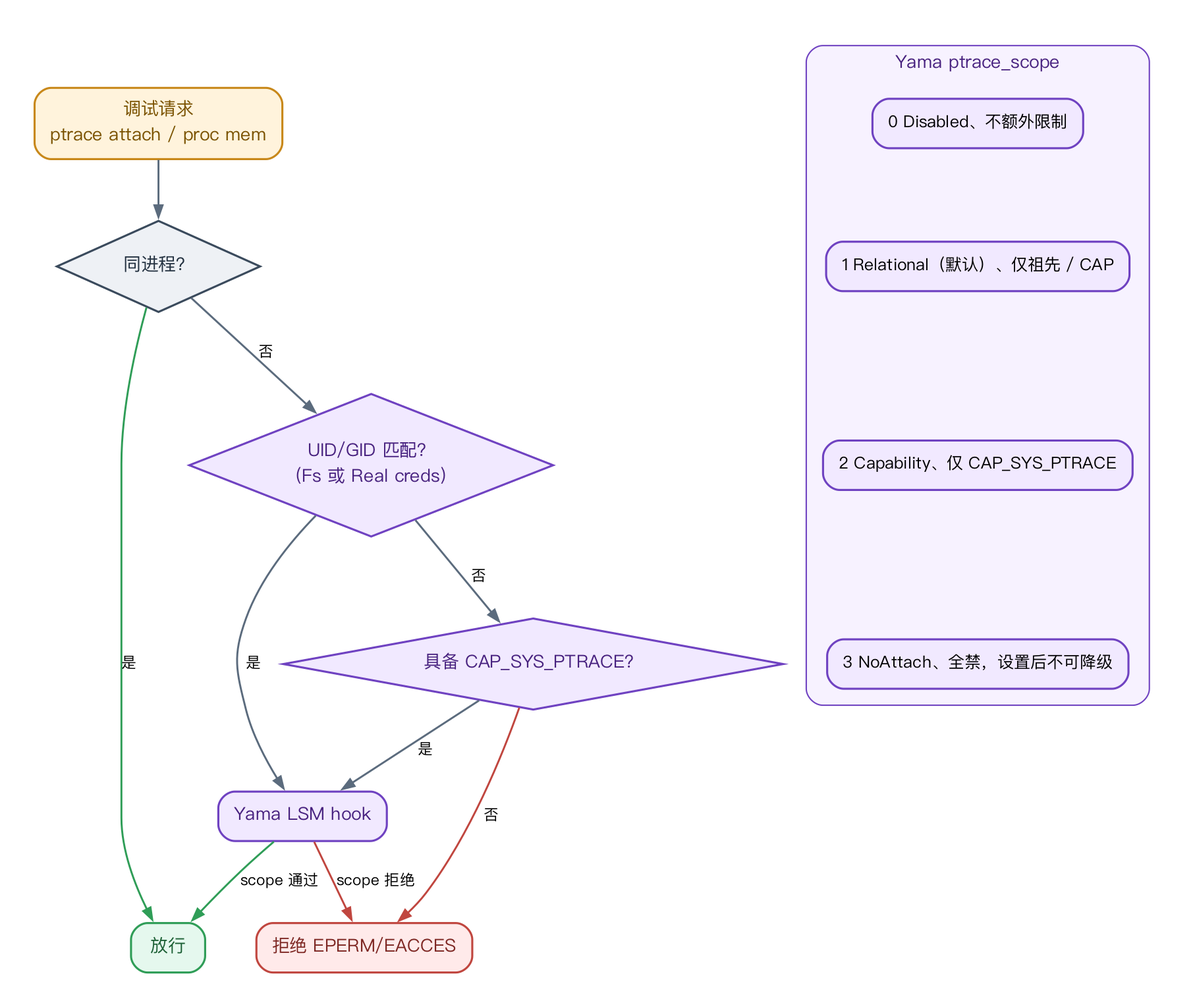
Above: research_practice/assets/10_security_model.png in vvvvsv/asterinas (Graphviz), before the change. Its source is kept beside it as research_practice/assets/10_security_model.dot.
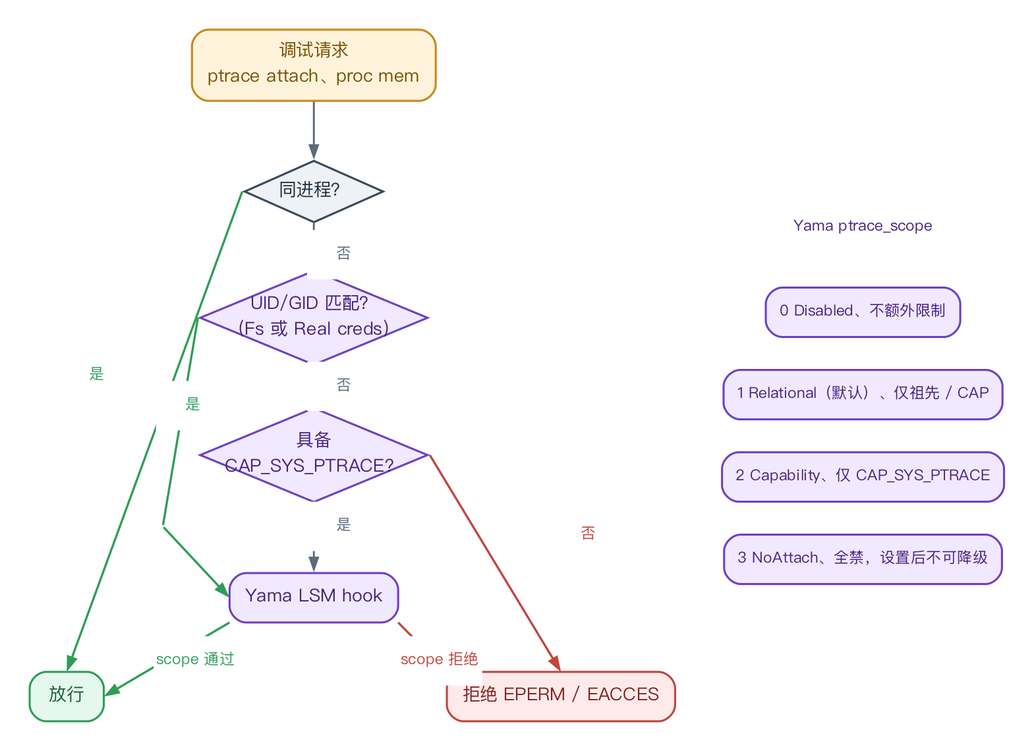
Later version of the same file.

The edit, as a diff of the source:
```diff
@@ -1,33 +1,36 @@
 digraph G {
-
-  graph [fontname="PingFang SC", bgcolor="white", pad="0.35", rankdir=TB, nodesep="0.45", ranksep="0.6"];
-  node  [fontname="PingFang SC", shape=box, style="rounded,filled", penwidth=1.5, margin="0.16,0.10", fontsize=13];
-  edge  [fontname="PingFang SC", color="#5b6b7d", penwidth=1.4, arrowsize=0.85, fontsize=11];
-  req [label="调试请求\nptrace attach / proc mem", fillcolor="#FFF3DC", color="#C8881A", fontcolor="#7a5200"];
-  same [label="同进程？", fillcolor="#EEF1F5", color="#3a4a5c", fontcolor="#22303f", shape="diamond", style="filled"];
-  ugid [label="UID/GID 匹配？\n(Fs 或 Real creds)", fillcolor="#F1E9FF", color="#6F42C1", fontcolor="#48227f", shape="diamond", style="filled"];
-  cap [label="具备 CAP_SYS_PTRACE？", fillcolor="#F1E9FF", color="#6F42C1", fontcolor="#48227f", shape="diamond", style="filled"];
-  yama [label="Yama LSM hook", fillcolor="#F1E9FF", color="#6F42C1", fontcolor="#48227f"];
-  allow [label="放行", fillcolor="#E5F8EE", color="#2F9D57", fontcolor="#1c6035"];
-  deny [label="拒绝 EPERM/EACCES", fillcolor="#FFEAEA", color="#C0463F", fontcolor="#7d2723"];
-
-  req -> same;
-  same -> allow [label="是", color="#2F9D57"];
-  same -> ugid [label="否"];
-  ugid -> cap [label="否"];
-  ugid -> yama [label="是"];
-  cap -> yama [label="是"];
-  cap -> deny [label="否", color="#C0463F"];
-  yama -> allow [label="scope 通过", color="#2F9D57"];
-  yama -> deny [label="scope 拒绝", color="#C0463F"];
-
-  subgraph cluster_scope {
-    label="Yama ptrace_scope"; fontname="PingFang SC"; fontsize=13; fontcolor="#48227f";
-    style="rounded,filled"; color="#6F42C1"; fillcolor="#F1E9FF99"; margin=12;
-    y0 [label="0 Disabled、不额外限制", fillcolor="#F1E9FF", color="#6F42C1", fontname="PingFang SC", fontsize=12];
-    y1 [label="1 Relational（默认）、仅祖先 / CAP", fillcolor="#F1E9FF", color="#6F42C1", fontname="PingFang SC", fontsize=12];
-    y2 [label="2 Capability、仅 CAP_SYS_PTRACE", fillcolor="#F1E9FF", color="#6F42C1", fontname="PingFang SC", fontsize=12];
-    y3 [label="3 NoAttach、全禁，设置后不可降级", fillcolor="#F1E9FF", color="#6F42C1", fontname="PingFang SC", fontsize=12];
-    y0 -> y1 -> y2 -> y3 [style=invis];
-  }
+  graph [fontname="PingFang SC", bgcolor="white", pad="0.3", splines=true];
+  node [fontname="PingFang SC", shape=box, style="rounded,filled", penwidth=1.5, margin="0.16,0.10", fontsize=13];
+  edge [fontname="PingFang SC", color="#5b6b7d", penwidth=1.4, arrowsize=0.85, fontsize=11];
+  req [label="调试请求\nptrace attach、proc mem", fillcolor="#FFF3DC", color="#C8881A", fontcolor="#7a5200", pos="250,480"];
+  same [label="同进程？", fillcolor="#EEF1F5", color="#3a4a5c", fontcolor="#22303f", shape="diamond", style="filled", width="1.4", height="0.62", fixedsize="true", pos="250,388"];
+  ugid [label="UID/GID 匹配？\n(Fs 或 Real creds)", fillcolor="#F1E9FF", color="#6F42C1", fontcolor="#48227f", shape="diamond", style="filled", width="2.3", height="0.95", fixedsize="true", pos="250,296"];
+  cap [label="具备\nCAP_SYS_PTRACE？", fillcolor="#F1E9FF", color="#6F42C1", fontcolor="#48227f", shape="diamond", style="filled", width="2.3", height="0.95", fixedsize="true", pos="250,196"];
+  yama [label="Yama LSM hook", fillcolor="#F1E9FF", color="#6F42C1", fontcolor="#48227f", pos="250,92"];
+  allow [label="放行", fillcolor="#E5F8EE", color="#2F9D57", fontcolor="#1c6035", pos="70,20"];
+  deny [label="拒绝 EPERM / EACCES", fillcolor="#FFEAEA", color="#C0463F", fontcolor="#7d2723", pos="430,20"];
+  wp_uy [shape=point, width=0.001, color="white", pos="140,144.0"];
+  req -> same [color="#5b6b7d"];
+  same -> ugid [color="#5b6b7d"];
+  ugid -> cap [color="#5b6b7d"];
+  cap -> yama [color="#5b6b7d"];
+  same:w -> allow:n [color="#2F9D57", penwidth=1.6, pos="e,70,42 70,388 70,110"];
+  ugid:w -> wp_uy [color="#2F9D57", penwidth=1.6, arrowhead=none];
+  wp_uy -> yama:w [color="#2F9D57", penwidth=1.6];
+  cap:e -> deny:n [color="#C0463F", penwidth=1.6, pos="e,430,42 420,196 430,166"];
+  yama:sw -> allow:e [color="#2F9D57", penwidth=1.6];
+  yama:se -> deny:nw [color="#C0463F", penwidth=1.6];
+  L_same_y [shape=box, style="filled", fillcolor="white", color="white", penwidth=0, margin="0.03,0.01", fontsize=11, fontcolor="#2F9D57", pos="92,254.0", label="是"];
+  L_same_n [shape=box, style="filled", fillcolor="white", color="white", penwidth=0, margin="0.03,0.01", fontsize=11, fontcolor="#5b6b7d", pos="272,342.0", label="否"];
+  L_ugid_y [shape=box, style="filled", fillcolor="white", color="white", penwidth=0, margin="0.03,0.01", fontsize=11, fontcolor="#2F9D57", pos="162,232.0", label="是"];
+  L_ugid_n [shape=box, style="filled", fillcolor="white", color="white", penwidth=0, margin="0.03,0.01", fontsize=11, fontcolor="#5b6b7d", pos="272,246.0", label="否"];
+  L_cap_y [shape=box, style="filled", fillcolor="white", color="white", penwidth=0, margin="0.03,0.01", fontsize=11, fontcolor="#5b6b7d", pos="272,144.0", label="是"];
+  L_cap_n [shape=box, style="filled", fillcolor="white", color="white", penwidth=0, margin="0.03,0.01", fontsize=11, fontcolor="#C0463F", pos="450,138.0", label="否"];
+  L_yama_p [shape=box, style="filled", fillcolor="white", color="white", penwidth=0, margin="0.03,0.01", fontsize=11, fontcolor="#2F9D57", pos="164,46", label="scope 通过"];
+  L_yama_d [shape=box, style="filled", fillcolor="white", color="white", penwidth=0, margin="0.03,0.01", fontsize=11, fontcolor="#C0463F", pos="342,46", label="scope 拒绝"];
+  scope_title [shape=box, style="filled", fillcolor="white", color="white", penwidth=0, margin="0.03,0.01", fontsize=11, fontcolor="#48227f", pos="650,362", label="Yama ptrace_scope"];
+  y0 [label="0 Disabled、不额外限制", fillcolor="#F1E9FF", color="#6F42C1", fontcolor="#48227f", fontsize="11", margin="0.14,0.07", pos="650,300"];
+  y1 [label="1 Relational（默认）、仅祖先 / CAP", fillcolor="#F1E9FF", color="#6F42C1", fontcolor="#48227f", fontsize="11", margin="0.14,0.07", pos="650,240"];
+  y2 [label="2 Capability、仅 CAP_SYS_PTRACE", fillcolor="#F1E9FF", color="#6F42C1", fontcolor="#48227f", fontsize="11", margin="0.14,0.07", pos="650,180"];
+  y3 [label="3 NoAttach、全禁，设置后不可降级", fillcolor="#F1E9FF", color="#6F42C1", fontcolor="#48227f", fontsize="11", margin="0.14,0.07", pos="650,120"];
 }
```
